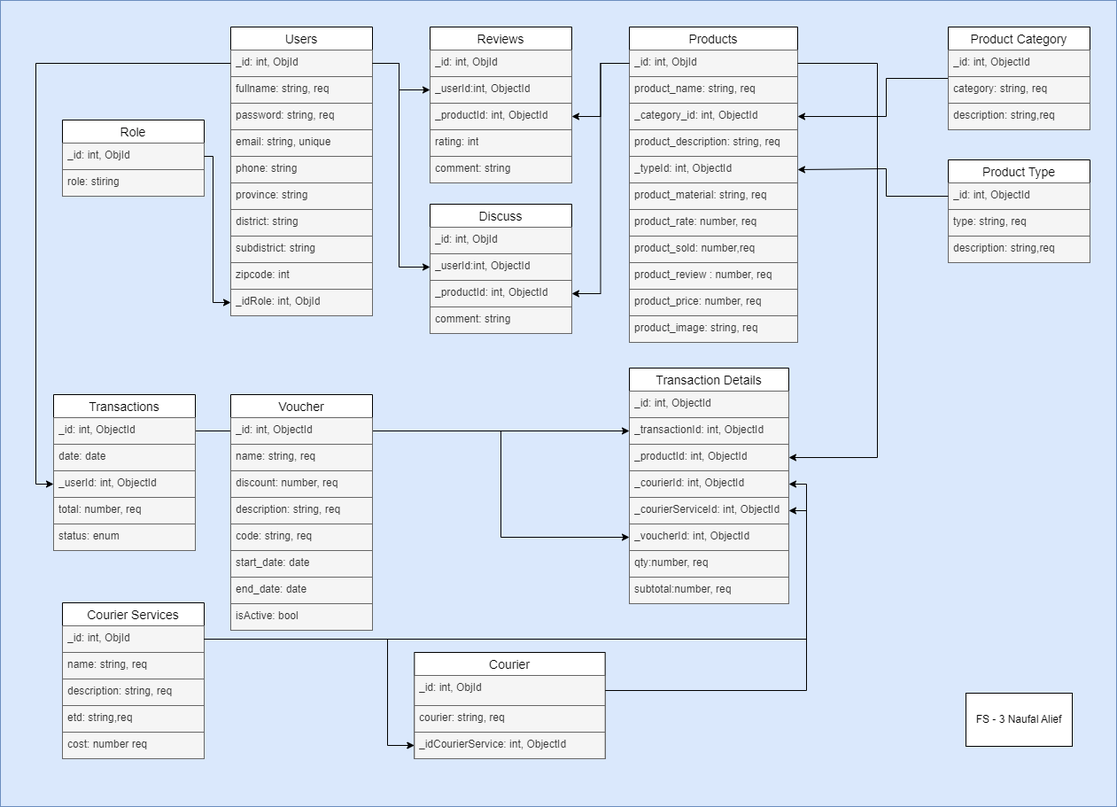
Before: furnivul-server/erd/ERD Furnivul.drawio.png, a diagram exported from draw.io (naufyl28/Final-Furnivul). Source tidied: cells renumbered, new cells last; positions are measured from the earlier drawing's top-left corner, leaving out a move shared by most shapes.
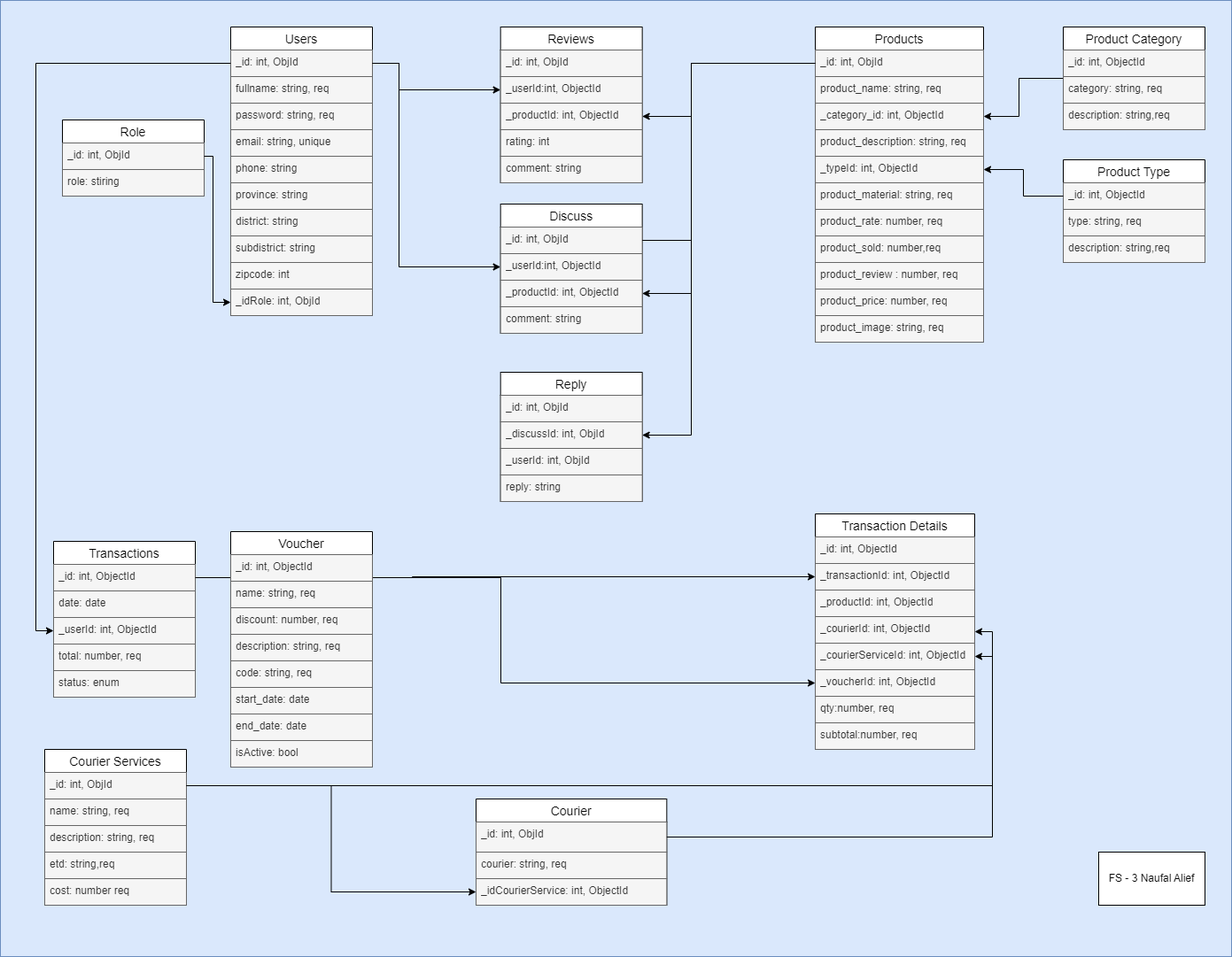
Above is the later version.

Commit message:
add reply model from discuss model

What changed in the source:
```diff
@@ -3,7 +3,7 @@
     <mxCell id="0" />
     <mxCell id="1" parent="0" />
     <mxCell id="2" style="rounded=0;whiteSpace=wrap;html=1;fillColor=#dae8fc;strokeColor=#6c8ebf;" parent="1" vertex="1">
-      <mxGeometry width="1260" height="910" as="geometry" />
+      <mxGeometry width="1390" height="1080" as="geometry" />
     </mxCell>
     <mxCell id="3" value="Users" style="swimlane;fontStyle=0;horizontal=1;startSize=26;align=center;fontSize=14;" parent="1" vertex="1">
       <mxGeometry x="260" y="30" width="160" height="326" as="geometry" />
@@ -39,7 +39,7 @@
       <mxGeometry y="296" width="160" height="30" as="geometry" />
     </mxCell>
     <mxCell id="14" value="Reviews" style="swimlane;fontStyle=0;horizontal=1;startSize=26;align=center;fontSize=14;" parent="1" vertex="1">
-      <mxGeometry x="485" y="30" width="160" height="176" as="geometry" />
+      <mxGeometry x="564.7" y="30" width="160" height="176" as="geometry" />
     </mxCell>
     <mxCell id="15" value="_id: int, ObjId" style="text;strokeColor=#666666;fillColor=#f5f5f5;spacingLeft=4;spacingRight=4;overflow=hidden;fontSize=12;whiteSpace=wrap;html=1;fontColor=#333333;" parent="14" vertex="1">
       <mxGeometry y="26" width="160" height="30" as="geometry" />
@@ -65,7 +65,7 @@
       </mxGeometry>
     </mxCell>
     <mxCell id="21" value="Products" style="swimlane;fontStyle=0;horizontal=1;startSize=26;align=center;fontSize=14;" parent="1" vertex="1">
-      <mxGeometry x="710" y="30" width="190" height="356" as="geometry" />
+      <mxGeometry x="920" y="30" width="190" height="356" as="geometry" />
     </mxCell>
     <mxCell id="22" value="_id: int, ObjId" style="text;strokeColor=#666666;fillColor=#f5f5f5;spacingLeft=4;spacingRight=4;overflow=hidden;points=[[0,0.5],[1,0.5]];portConstraint=eastwest;fontSize=12;whiteSpace=wrap;html=1;fontColor=#333333;" parent="21" vertex="1">
       <mxGeometry y="26" width="190" height="30" as="geometry" />
@@ -101,10 +101,15 @@
       <mxGeometry y="326" width="190" height="30" as="geometry" />
     </mxCell>
     <mxCell id="33" style="edgeStyle=orthogonalEdgeStyle;rounded=0;jettySize=auto;html=1;entryX=1;entryY=0.5;entryDx=0;entryDy=0;" parent="1" edge="1" source="22" target="17">
-      <mxGeometry relative="1" as="geometry" />
+      <mxGeometry relative="1" as="geometry">
+        <Array as="points">
+          <mxPoint x="780" y="71" />
+          <mxPoint x="780" y="131" />
+        </Array>
+      </mxGeometry>
     </mxCell>
     <mxCell id="34" value="Product Type" style="swimlane;fontStyle=0;horizontal=1;startSize=26;align=center;fontSize=14;" parent="1" vertex="1">
-      <mxGeometry x="1070" y="180" width="160" height="116" as="geometry" />
+      <mxGeometry x="1200" y="180" width="160" height="116" as="geometry" />
     </mxCell>
     <mxCell id="35" value="_id: int, ObjectId" style="text;strokeColor=#666666;fillColor=#f5f5f5;spacingLeft=4;spacingRight=4;overflow=hidden;points=[[0,0.5],[1,0.5]];portConstraint=eastwest;fontSize=12;whiteSpace=wrap;html=1;fontColor=#333333;" parent="34" vertex="1">
       <mxGeometry y="26" width="160" height="30" as="geometry" />
@@ -115,25 +120,16 @@
     <mxCell id="37" value="description: string,req" style="text;strokeColor=#666666;fillColor=#f5f5f5;spacingLeft=4;spacingRight=4;overflow=hidden;fontSize=12;whiteSpace=wrap;html=1;fontColor=#333333;" parent="34" vertex="1">
       <mxGeometry y="86" width="160" height="30" as="geometry" />
     </mxCell>
-    <mxCell id="38" style="edgeStyle=orthogonalEdgeStyle;rounded=0;jettySize=auto;html=1;entryX=1;entryY=0.5;entryDx=0;entryDy=0;" parent="1" edge="1" source="35" target="26">
-      <mxGeometry relative="1" as="geometry">
-        <Array as="points">
-          <mxPoint x="1000" y="221" />
-          <mxPoint x="1000" y="190" />
-          <mxPoint x="900" y="190" />
-        </Array>
-      </mxGeometry>
-    </mxCell>
     <mxCell id="39" style="edgeStyle=orthogonalEdgeStyle;rounded=0;jettySize=auto;html=1;entryX=1;entryY=0.5;entryDx=0;entryDy=0;" parent="1" edge="1" source="40" target="24">
       <mxGeometry relative="1" as="geometry">
         <Array as="points">
-          <mxPoint x="1000" y="88" />
-          <mxPoint x="1000" y="131" />
+          <mxPoint x="1150" y="88" />
+          <mxPoint x="1150" y="131" />
         </Array>
       </mxGeometry>
     </mxCell>
     <mxCell id="40" value="Product Category" style="swimlane;fontStyle=0;horizontal=1;startSize=26;align=center;fontSize=14;" parent="1" vertex="1">
-      <mxGeometry x="1070" y="30" width="160" height="116" as="geometry" />
+      <mxGeometry x="1200" y="30" width="160" height="116" as="geometry" />
     </mxCell>
     <mxCell id="41" value="_id: int, ObjectId" style="text;strokeColor=#666666;fillColor=#f5f5f5;spacingLeft=4;spacingRight=4;overflow=hidden;fontSize=12;whiteSpace=wrap;html=1;fontColor=#333333;" parent="40" vertex="1">
       <mxGeometry y="26" width="160" height="30" as="geometry" />
@@ -145,7 +141,7 @@
       <mxGeometry y="86" width="160" height="30" as="geometry" />
     </mxCell>
     <mxCell id="44" value="Discuss" style="swimlane;fontStyle=0;horizontal=1;startSize=26;align=center;fontSize=14;" parent="1" vertex="1">
-      <mxGeometry x="485" y="230" width="160" height="146" as="geometry" />
+      <mxGeometry x="564.7" y="230" width="160" height="146" as="geometry" />
     </mxCell>
     <mxCell id="45" value="_id: int, ObjId" style="text;strokeColor=#666666;fillColor=#f5f5f5;spacingLeft=4;spacingRight=4;overflow=hidden;points=[[0,0.5],[1,0.5]];portConstraint=eastwest;fontSize=12;whiteSpace=wrap;html=1;fontColor=#333333;" parent="44" vertex="1">
       <mxGeometry y="26" width="160" height="30" as="geometry" />
@@ -160,7 +156,12 @@
       <mxGeometry y="116" width="160" height="30" as="geometry" />
     </mxCell>
     <mxCell id="49" style="edgeStyle=orthogonalEdgeStyle;rounded=0;jettySize=auto;html=1;entryX=1;entryY=0.5;entryDx=0;entryDy=0;" parent="1" edge="1" source="22" target="47">
-      <mxGeometry relative="1" as="geometry" />
+      <mxGeometry relative="1" as="geometry">
+        <Array as="points">
+          <mxPoint x="780" y="71" />
+          <mxPoint x="780" y="331" />
+        </Array>
+      </mxGeometry>
     </mxCell>
     <mxCell id="50" style="edgeStyle=orthogonalEdgeStyle;rounded=0;jettySize=auto;html=1;entryX=0;entryY=0.5;entryDx=0;entryDy=0;" parent="1" edge="1" source="4" target="46">
       <mxGeometry relative="1" as="geometry">
@@ -171,7 +172,7 @@
       </mxGeometry>
     </mxCell>
     <mxCell id="51" value="Courier Services" style="swimlane;fontStyle=0;horizontal=1;startSize=26;align=center;fontSize=14;" parent="1" vertex="1">
-      <mxGeometry x="70" y="680" width="160" height="176" as="geometry" />
+      <mxGeometry x="50" y="846" width="160" height="176" as="geometry" />
     </mxCell>
     <mxCell id="52" value="_id: int, ObjId" style="text;strokeColor=#666666;fillColor=#f5f5f5;spacingLeft=4;spacingRight=4;overflow=hidden;points=[[0,0.5],[1,0.5]];portConstraint=eastwest;fontSize=12;whiteSpace=wrap;html=1;fontColor=#333333;" parent="51" vertex="1">
       <mxGeometry y="26" width="160" height="30" as="geometry" />
@@ -188,16 +189,8 @@
     <mxCell id="56" value="cost: number req" style="text;strokeColor=#666666;fillColor=#f5f5f5;spacingLeft=4;spacingRight=4;overflow=hidden;fontSize=12;whiteSpace=wrap;html=1;fontColor=#333333;" parent="51" vertex="1">
       <mxGeometry y="146" width="160" height="30" as="geometry" />
     </mxCell>
-    <mxCell id="57" style="edgeStyle=orthogonalEdgeStyle;rounded=0;jettySize=auto;html=1;" parent="1" edge="1" source="52" target="71">
-      <mxGeometry relative="1" as="geometry">
-        <Array as="points">
-          <mxPoint x="437" y="721" />
-          <mxPoint x="437" y="841" />
-        </Array>
-      </mxGeometry>
-    </mxCell>
     <mxCell id="58" value="Transaction Details" style="swimlane;fontStyle=0;horizontal=1;startSize=26;align=center;fontSize=14;" parent="1" vertex="1">
-      <mxGeometry x="710" y="415" width="180" height="266" as="geometry" />
+      <mxGeometry x="920" y="580" width="180" height="266" as="geometry" />
     </mxCell>
     <mxCell id="59" value="_id: int, ObjectId" style="text;strokeColor=#666666;fillColor=#f5f5f5;spacingLeft=4;spacingRight=4;overflow=hidden;fontSize=12;whiteSpace=wrap;html=1;fontColor=#333333;" parent="58" vertex="1">
       <mxGeometry y="26" width="180" height="30" as="geometry" />
@@ -224,10 +217,10 @@
       <mxGeometry y="236" width="180" height="30" as="geometry" />
     </mxCell>
     <mxCell id="67" value="FS - 3 Naufal Alief" style="rounded=0;whiteSpace=wrap;html=1;" parent="1" vertex="1">
-      <mxGeometry x="1090" y="782" width="120" height="60" as="geometry" />
+      <mxGeometry x="1240" y="962" width="120" height="60" as="geometry" />
     </mxCell>
     <mxCell id="68" value="Courier" style="swimlane;fontStyle=0;horizontal=1;startSize=26;align=center;fontSize=14;" parent="1" vertex="1">
-      <mxGeometry x="467.3" y="736" width="215.3" height="120" as="geometry" />
+      <mxGeometry x="537" y="902" width="215.3" height="120" as="geometry" />
     </mxCell>
     <mxCell id="69" value="_id: int, ObjId" style="text;strokeColor=#666666;fillColor=#f5f5f5;spacingLeft=4;spacingRight=4;overflow=hidden;points=[[0,0.5],[1,0.5]];portConstraint=eastwest;fontSize=12;whiteSpace=wrap;html=1;fontColor=#333333;" parent="68" vertex="1">
       <mxGeometry y="26" width="215.3" height="34" as="geometry" />
@@ -241,25 +234,8 @@
     <mxCell id="72" style="edgeStyle=orthogonalEdgeStyle;rounded=0;jettySize=auto;html=1;entryX=0;entryY=0.5;entryDx=0;entryDy=0;" parent="1" edge="1" source="4" target="80">
       <mxGeometry relative="1" as="geometry" />
     </mxCell>
-    <mxCell id="73" style="edgeStyle=orthogonalEdgeStyle;rounded=0;jettySize=auto;html=1;entryX=0;entryY=0.5;entryDx=0;entryDy=0;" parent="1" edge="1" source="78" target="60">
-      <mxGeometry relative="1" as="geometry" />
-    </mxCell>
-    <mxCell id="74" style="edgeStyle=orthogonalEdgeStyle;rounded=0;jettySize=auto;html=1;" parent="1" edge="1" source="22" target="61">
-      <mxGeometry relative="1" as="geometry">
-        <Array as="points">
-          <mxPoint x="990" y="71" />
-          <mxPoint x="990" y="516" />
-        </Array>
-      </mxGeometry>
-    </mxCell>
-    <mxCell id="75" style="edgeStyle=orthogonalEdgeStyle;rounded=0;jettySize=auto;html=1;entryX=1;entryY=0.5;entryDx=0;entryDy=0;" parent="1" edge="1" source="69" target="62">
-      <mxGeometry relative="1" as="geometry" />
-    </mxCell>
-    <mxCell id="76" style="edgeStyle=orthogonalEdgeStyle;rounded=0;jettySize=auto;html=1;entryX=0;entryY=0.5;entryDx=0;entryDy=0;" parent="1" edge="1" source="84" target="64">
-      <mxGeometry relative="1" as="geometry" />
-    </mxCell>
     <mxCell id="77" value="Transactions" style="swimlane;fontStyle=0;horizontal=1;startSize=26;align=center;fontSize=14;" parent="1" vertex="1">
-      <mxGeometry x="60" y="445" width="160" height="176" as="geometry" />
+      <mxGeometry x="60" y="611" width="160" height="176" as="geometry" />
     </mxCell>
     <mxCell id="78" value="_id: int, ObjectId" style="text;strokeColor=#666666;fillColor=#f5f5f5;spacingLeft=4;spacingRight=4;overflow=hidden;points=[[0,0.5],[1,0.5]];portConstraint=eastwest;fontSize=12;whiteSpace=wrap;html=1;fontColor=#333333;" parent="77" vertex="1">
       <mxGeometry y="26" width="160" height="30" as="geometry" />
@@ -276,8 +252,76 @@
     <mxCell id="82" value="status: enum" style="text;strokeColor=#666666;fillColor=#f5f5f5;spacingLeft=4;spacingRight=4;overflow=hidden;fontSize=12;whiteSpace=wrap;html=1;fontColor=#333333;" parent="77" vertex="1">
       <mxGeometry y="146" width="160" height="30" as="geometry" />
     </mxCell>
+    <mxCell id="92" value="Role" style="swimlane;fontStyle=0;horizontal=1;startSize=26;align=center;fontSize=14;" parent="1" vertex="1">
+      <mxGeometry x="70" y="135" width="160" height="86" as="geometry" />
+    </mxCell>
+    <mxCell id="93" value="_id: int, ObjId" style="text;strokeColor=#666666;fillColor=#f5f5f5;spacingLeft=4;spacingRight=4;overflow=hidden;points=[[0,0.5],[1,0.5]];portConstraint=eastwest;fontSize=12;whiteSpace=wrap;html=1;fontColor=#333333;" parent="92" vertex="1">
+      <mxGeometry y="26" width="160" height="30" as="geometry" />
+    </mxCell>
+    <mxCell id="94" value="role: stiring" style="text;strokeColor=#666666;fillColor=#f5f5f5;spacingLeft=4;spacingRight=4;overflow=hidden;fontSize=12;whiteSpace=wrap;html=1;fontColor=#333333;" parent="92" vertex="1">
+      <mxGeometry y="56" width="160" height="30" as="geometry" />
+    </mxCell>
+    <mxCell id="96" style="edgeStyle=orthogonalEdgeStyle;rounded=0;jettySize=auto;html=1;" parent="1" edge="1" source="93" target="13">
+      <mxGeometry relative="1" as="geometry">
+        <Array as="points">
+          <mxPoint x="240" y="176" />
+          <mxPoint x="240" y="341" />
+        </Array>
+      </mxGeometry>
+    </mxCell>
+    <mxCell id="38" style="edgeStyle=orthogonalEdgeStyle;rounded=0;jettySize=auto;html=1;entryX=1;entryY=0.5;entryDx=0;entryDy=0;" parent="1" edge="1" source="35" target="26">
+      <mxGeometry relative="1" as="geometry" />
+    </mxCell>
+    <mxCell id="97" value="Reply" style="swimlane;fontStyle=0;horizontal=1;startSize=26;align=center;fontSize=14;" parent="1" vertex="1">
+      <mxGeometry x="564.7" y="420" width="160" height="146" as="geometry" />
+    </mxCell>
+    <mxCell id="98" value="_id: int, ObjId" style="text;strokeColor=#666666;fillColor=#f5f5f5;spacingLeft=4;spacingRight=4;overflow=hidden;fontSize=12;whiteSpace=wrap;html=1;fontColor=#333333;" parent="97" vertex="1">
+      <mxGeometry y="26" width="160" height="30" as="geometry" />
+    </mxCell>
+    <mxCell id="99" value="_discussId: int, ObjId" style="text;strokeColor=#666666;fillColor=#f5f5f5;spacingLeft=4;spacingRight=4;overflow=hidden;points=[[0,0.5],[1,0.5]];portConstraint=eastwest;fontSize=12;whiteSpace=wrap;html=1;fontColor=#333333;" parent="97" vertex="1">
+      <mxGeometry y="56" width="160" height="30" as="geometry" />
+    </mxCell>
+    <mxCell id="100" value="_userId: int, ObjId" style="text;strokeColor=#666666;fillColor=#f5f5f5;spacingLeft=4;spacingRight=4;overflow=hidden;fontSize=12;whiteSpace=wrap;html=1;fontColor=#333333;" parent="97" vertex="1">
+      <mxGeometry y="86" width="160" height="30" as="geometry" />
+    </mxCell>
+    <mxCell id="101" value="reply: string" style="text;strokeColor=#666666;fillColor=#f5f5f5;spacingLeft=4;spacingRight=4;overflow=hidden;fontSize=12;whiteSpace=wrap;html=1;fontColor=#333333;" parent="97" vertex="1">
+      <mxGeometry y="116" width="160" height="30" as="geometry" />
+    </mxCell>
+    <mxCell id="102" style="edgeStyle=orthogonalEdgeStyle;rounded=0;jettySize=auto;html=1;entryX=1;entryY=0.5;entryDx=0;entryDy=0;" parent="1" edge="1" source="45" target="99">
+      <mxGeometry relative="1" as="geometry">
+        <Array as="points">
+          <mxPoint x="780" y="271" />
+          <mxPoint x="780" y="491" />
+        </Array>
+      </mxGeometry>
+    </mxCell>
+    <mxCell id="57" style="edgeStyle=orthogonalEdgeStyle;rounded=0;jettySize=auto;html=1;entryX=0;entryY=0.5;entryDx=0;entryDy=0;" parent="1" edge="1" source="52" target="71">
+      <mxGeometry relative="1" as="geometry" />
+    </mxCell>
+    <mxCell id="95" style="edgeStyle=orthogonalEdgeStyle;rounded=0;jettySize=auto;html=1;entryX=1;entryY=0.5;entryDx=0;entryDy=0;" parent="1" edge="1" source="52" target="63">
+      <mxGeometry relative="1" as="geometry" />
+    </mxCell>
+    <mxCell id="103" style="edgeStyle=orthogonalEdgeStyle;rounded=0;jettySize=auto;html=1;entryX=1;entryY=0.5;entryDx=0;entryDy=0;" parent="1" edge="1" source="69" target="58">
+      <mxGeometry relative="1" as="geometry" />
+    </mxCell>
+    <mxCell id="76" style="edgeStyle=orthogonalEdgeStyle;rounded=0;jettySize=auto;html=1;entryX=0;entryY=0.5;entryDx=0;entryDy=0;" parent="1" edge="1" source="84" target="64">
+      <mxGeometry relative="1" as="geometry">
+        <Array as="points">
+          <mxPoint x="565" y="652" />
+          <mxPoint x="565" y="771" />
+        </Array>
+      </mxGeometry>
+    </mxCell>
+    <mxCell id="73" style="edgeStyle=orthogonalEdgeStyle;rounded=0;jettySize=auto;html=1;entryX=0;entryY=0.5;entryDx=0;entryDy=0;" parent="1" edge="1" source="78" target="60">
+      <mxGeometry relative="1" as="geometry">
+        <Array as="points">
+          <mxPoint x="465" y="652" />
+          <mxPoint x="465" y="651" />
+        </Array>
+      </mxGeometry>
+    </mxCell>
     <mxCell id="83" value="Voucher" style="swimlane;fontStyle=0;horizontal=1;startSize=26;align=center;fontSize=14;" parent="1" vertex="1">
-      <mxGeometry x="260" y="445" width="160" height="266" as="geometry" />
+      <mxGeometry x="260" y="600" width="160" height="266" as="geometry" />
     </mxCell>
     <mxCell id="84" value="_id: int, ObjectId" style="text;strokeColor=#666666;fillColor=#f5f5f5;spacingLeft=4;spacingRight=4;overflow=hidden;points=[[0,0.5],[1,0.5]];portConstraint=eastwest;fontSize=12;whiteSpace=wrap;html=1;fontColor=#333333;" parent="83" vertex="1">
       <mxGeometry y="26" width="160" height="30" as="geometry" />
@@ -303,25 +347,5 @@
     <mxCell id="91" value="isActive: bool" style="text;strokeColor=#666666;fillColor=#f5f5f5;spacingLeft=4;spacingRight=4;overflow=hidden;fontSize=12;whiteSpace=wrap;html=1;fontColor=#333333;" parent="83" vertex="1">
       <mxGeometry y="236" width="160" height="30" as="geometry" />
     </mxCell>
-    <mxCell id="92" value="Role" style="swimlane;fontStyle=0;horizontal=1;startSize=26;align=center;fontSize=14;" parent="1" vertex="1">
-      <mxGeometry x="70" y="135" width="160" height="86" as="geometry" />
-    </mxCell>
-    <mxCell id="93" value="_id: int, ObjId" style="text;strokeColor=#666666;fillColor=#f5f5f5;spacingLeft=4;spacingRight=4;overflow=hidden;points=[[0,0.5],[1,0.5]];portConstraint=eastwest;fontSize=12;whiteSpace=wrap;html=1;fontColor=#333333;" parent="92" vertex="1">
-      <mxGeometry y="26" width="160" height="30" as="geometry" />
-    </mxCell>
-    <mxCell id="94" value="role: stiring" style="text;strokeColor=#666666;fillColor=#f5f5f5;spacingLeft=4;spacingRight=4;overflow=hidden;fontSize=12;whiteSpace=wrap;html=1;fontColor=#333333;" parent="92" vertex="1">
-      <mxGeometry y="56" width="160" height="30" as="geometry" />
-    </mxCell>
-    <mxCell id="95" style="edgeStyle=orthogonalEdgeStyle;rounded=0;jettySize=auto;html=1;entryX=1;entryY=0.5;entryDx=0;entryDy=0;" parent="1" edge="1" source="52" target="63">
-      <mxGeometry relative="1" as="geometry" />
-    </mxCell>
-    <mxCell id="96" style="edgeStyle=orthogonalEdgeStyle;rounded=0;jettySize=auto;html=1;" parent="1" edge="1" source="93" target="13">
-      <mxGeometry relative="1" as="geometry">
-        <Array as="points">
-          <mxPoint x="240" y="176" />
-          <mxPoint x="240" y="341" />
-        </Array>
-      </mxGeometry>
-    </mxCell>
   </root>
 </mxGraphModel>
```
